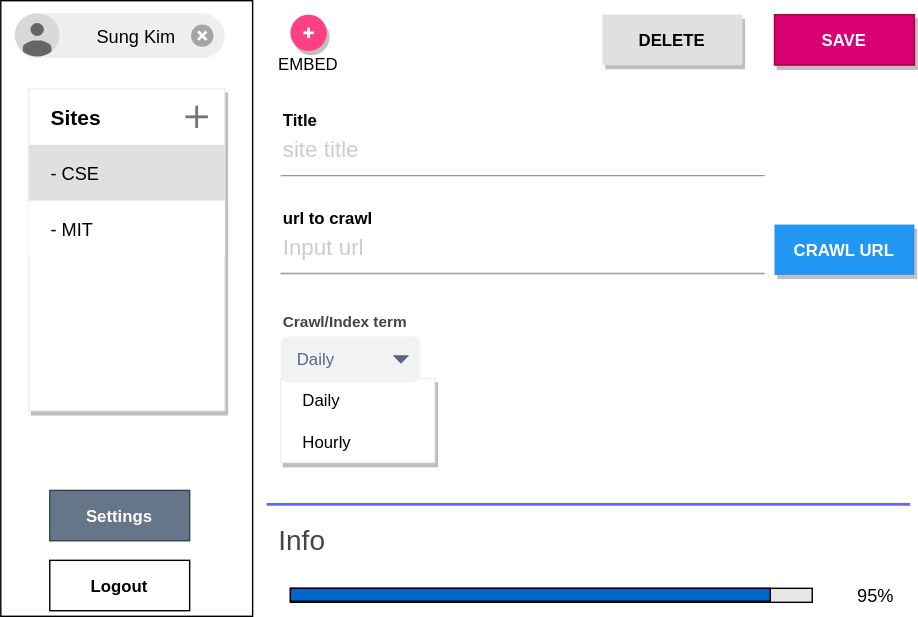
Before: draw/screendesign.drawio.svg, a diagram exported from draw.io (awskrug/kendra-button). Source tidied: cells renumbered, new cells last; positions are measured from the earlier drawing's top-left corner, leaving out a move shared by most shapes.
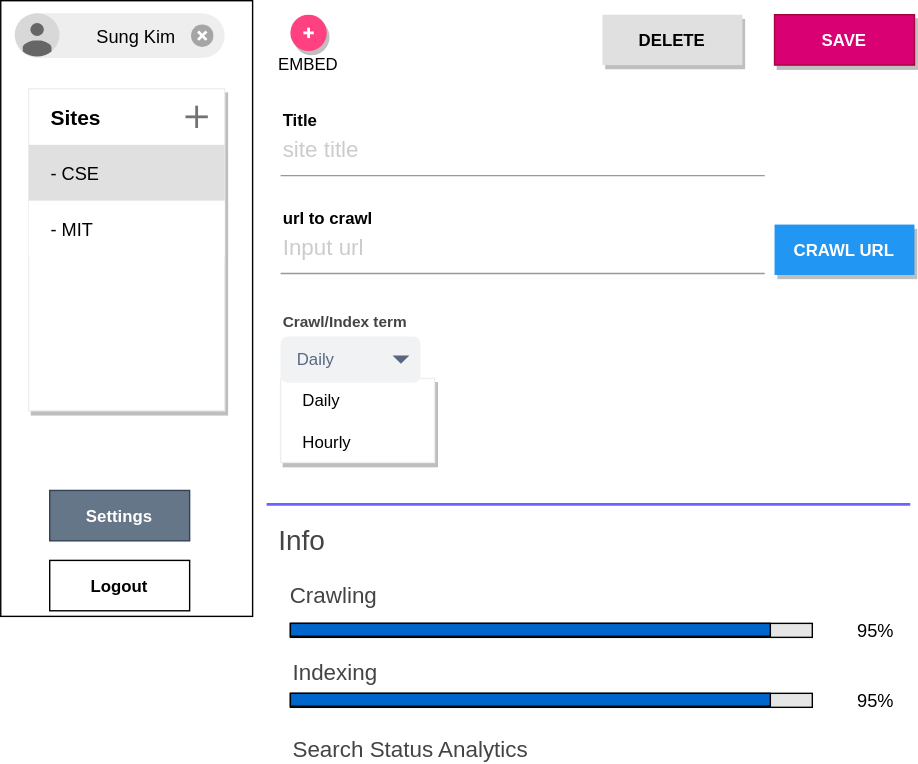
The same diagram one commit later.

What changed in the source:
```diff
@@ -124,13 +124,31 @@
       </mxGeometry>
     </mxCell>
     <mxCell id="38" style="rounded=0;whiteSpace=wrap;html=1;strokeColor=#000000;fillColor=#E6E6E6;fontSize=13;fontColor=#000000;align=left;" parent="1" vertex="1">
-      <mxGeometry x="207" y="420" width="373" height="10" as="geometry" />
+      <mxGeometry x="207" y="445" width="373" height="10" as="geometry" />
     </mxCell>
     <mxCell id="39" value="95%" style="text;html=1;align=center;verticalAlign=middle;fontSize=13;fontColor=#000000;" parent="1" vertex="1">
-      <mxGeometry x="605" y="415" width="40" height="20" as="geometry" />
+      <mxGeometry x="605" y="440" width="40" height="20" as="geometry" />
     </mxCell>
     <mxCell id="40" style="rounded=0;whiteSpace=wrap;html=1;strokeColor=#000000;fillColor=#0066CC;fontSize=13;fontColor=#000000;align=left;" parent="1" vertex="1">
-      <mxGeometry x="207" y="420" width="343" height="9.2" as="geometry" />
+      <mxGeometry x="207" y="445" width="343" height="9.2" as="geometry" />
     </mxCell>
+    <mxCell id="41" value="Crawling" style="text;html=1;align=left;verticalAlign=middle;fontColor=#434445;fontSize=16;" parent="1" vertex="1">
+      <mxGeometry x="205" y="415" width="80" height="20" as="geometry" />
+    </mxCell>
+    <mxCell id="42" style="rounded=0;whiteSpace=wrap;html=1;strokeColor=#000000;fillColor=#E6E6E6;fontSize=13;fontColor=#000000;align=left;" parent="1" vertex="1">
+      <mxGeometry x="207" y="495" width="373" height="10" as="geometry" />
+    </mxCell>
+    <mxCell id="43" value="95%" style="text;html=1;align=center;verticalAlign=middle;fontSize=13;fontColor=#000000;" parent="1" vertex="1">
+      <mxGeometry x="605" y="490" width="40" height="20" as="geometry" />
+    </mxCell>
+    <mxCell id="44" style="rounded=0;whiteSpace=wrap;html=1;strokeColor=#000000;fillColor=#0066CC;fontSize=13;fontColor=#000000;align=left;" parent="1" vertex="1">
+      <mxGeometry x="207" y="495" width="343" height="9.2" as="geometry" />
+    </mxCell>
+    <mxCell id="45" value="Indexing" style="text;html=1;align=left;verticalAlign=middle;fontColor=#434445;fontSize=16;" parent="1" vertex="1">
+      <mxGeometry x="207" y="470" width="80" height="20" as="geometry" />
+    </mxCell>
+    <mxCell id="46" value="Search Status Analytics" style="text;html=1;align=left;verticalAlign=middle;fontColor=#434445;fontSize=16;" parent="1" vertex="1">
+      <mxGeometry x="207" y="525" width="180" height="20" as="geometry" />
+    </mxCell>
   </root>
 </mxGraphModel>
```
